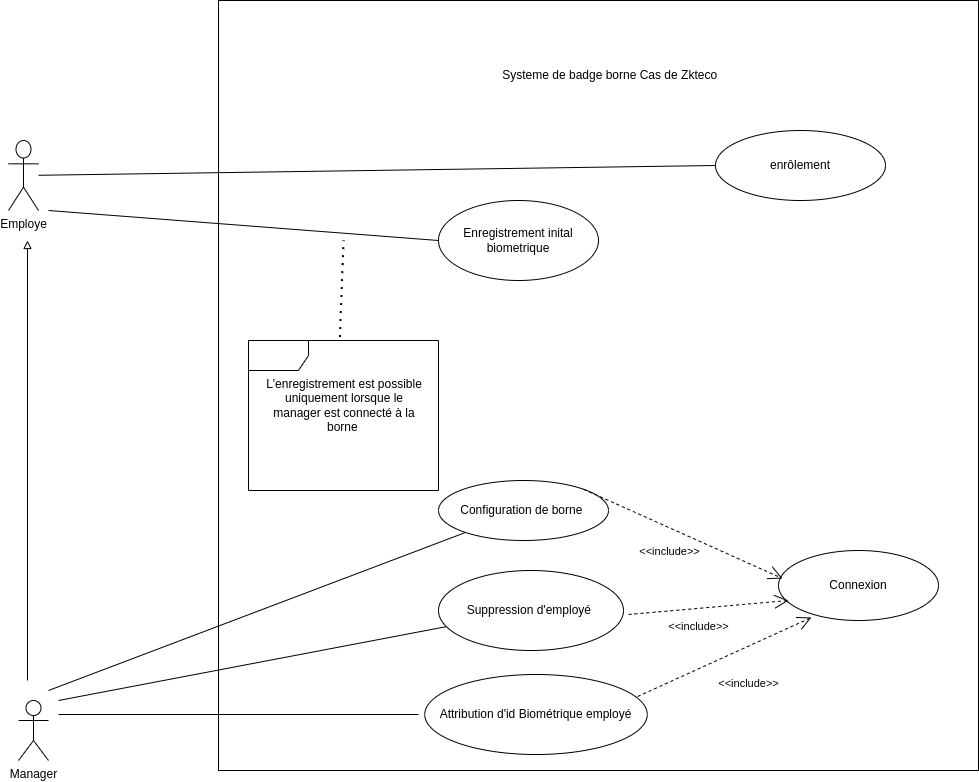
Above: static/UsecaseZkteco.drawio.png in Siluearsene/borne_biometrique (draw.io), before the change. Source tidied: cells renumbered, new cells last; positions are measured from the earlier drawing's top-left corner, leaving out a move shared by most shapes.
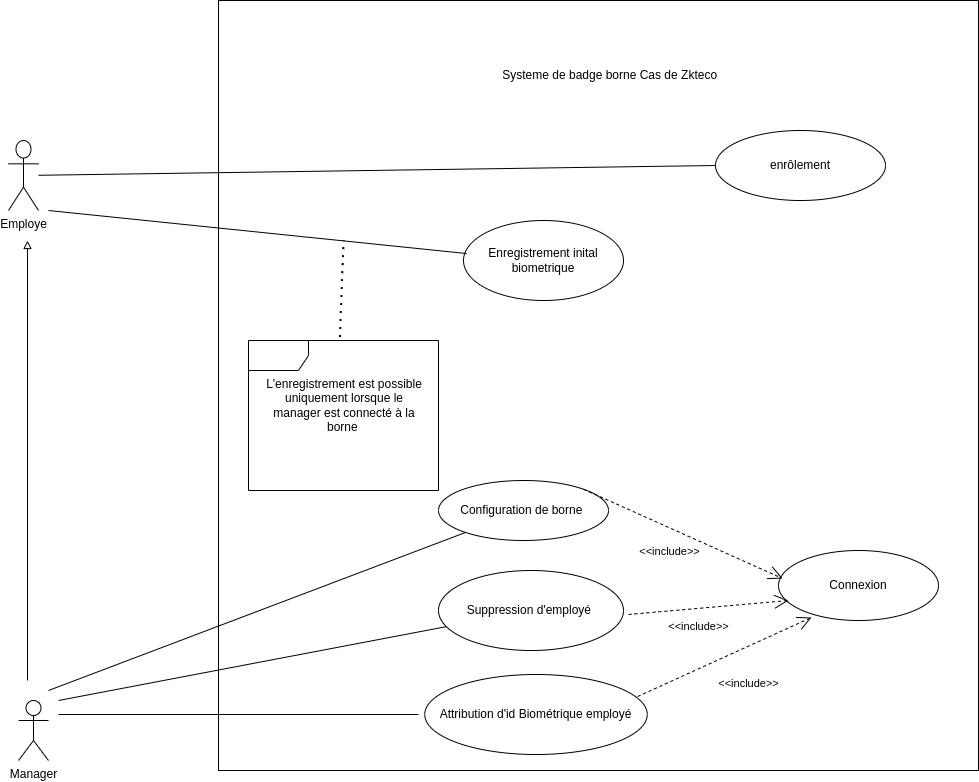
The same diagram one commit later.

Commit message:
Mettre à jour UsecaseZkteco.drawio.png

Diff of the diagram source:
```diff
@@ -27,7 +27,7 @@
       <mxGeometry x="416.2" y="674" width="222.5" height="80" as="geometry" />
     </mxCell>
     <mxCell id="9" value="Enregistrement inital biometrique" style="ellipse;whiteSpace=wrap;html=1;" parent="1" vertex="1">
-      <mxGeometry x="430" y="200" width="160" height="80" as="geometry" />
+      <mxGeometry x="455" y="220" width="160" height="80" as="geometry" />
     </mxCell>
     <mxCell id="10" value="Connexion" style="ellipse;whiteSpace=wrap;html=1;" parent="1" vertex="1">
       <mxGeometry x="770" y="550" width="160" height="70" as="geometry" />
@@ -92,10 +92,9 @@
     <mxCell id="25" style="endArrow=none;html=1;rounded=0;entryX=0;entryY=0.5;entryDx=0;entryDy=0;" parent="1" edge="1" source="2" target="24">
       <mxGeometry relative="1" as="geometry" />
     </mxCell>
-    <mxCell id="26" style="endArrow=none;html=1;rounded=0;" parent="1" edge="1">
+    <mxCell id="26" style="endArrow=none;html=1;rounded=0;entryX=0.019;entryY=0.413;entryDx=0;entryDy=0;entryPerimeter=0;" parent="1" edge="1" target="9">
       <mxGeometry relative="1" as="geometry">
         <mxPoint x="40" y="210" as="sourcePoint" />
-        <mxPoint x="430" y="240" as="targetPoint" />
       </mxGeometry>
     </mxCell>
   </root>
```
